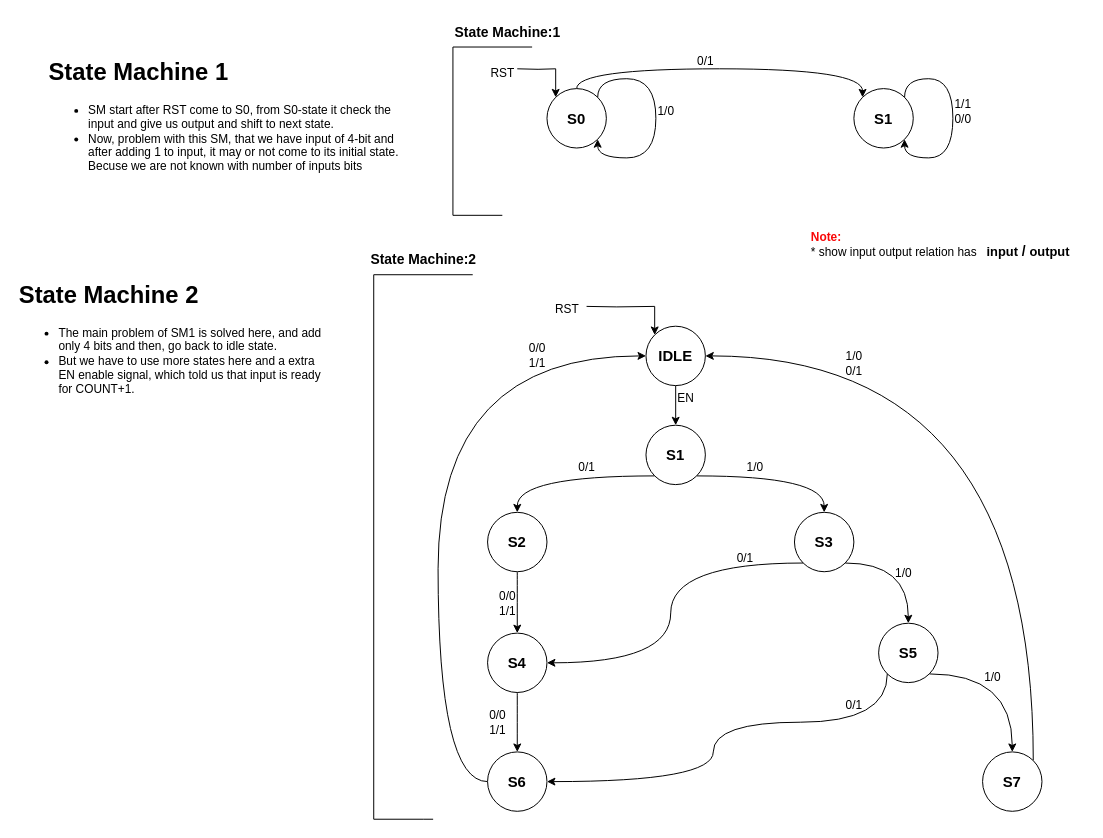
This is page "COUNT=+1" (4 of 4) of Moazzam/doc/sign_comb_multiplier.drawio from medsuet/Xcelerium-IC-Design-Training, a draw.io file, before an edit. Source tidied: cells renumbered, new cells numbered last; positions are measured from the earlier drawing's top-left corner, leaving out a move shared by most shapes. Both pictures are drawn from the tidied source at 99%, with x=0, y=0 at pixel (17, 17).
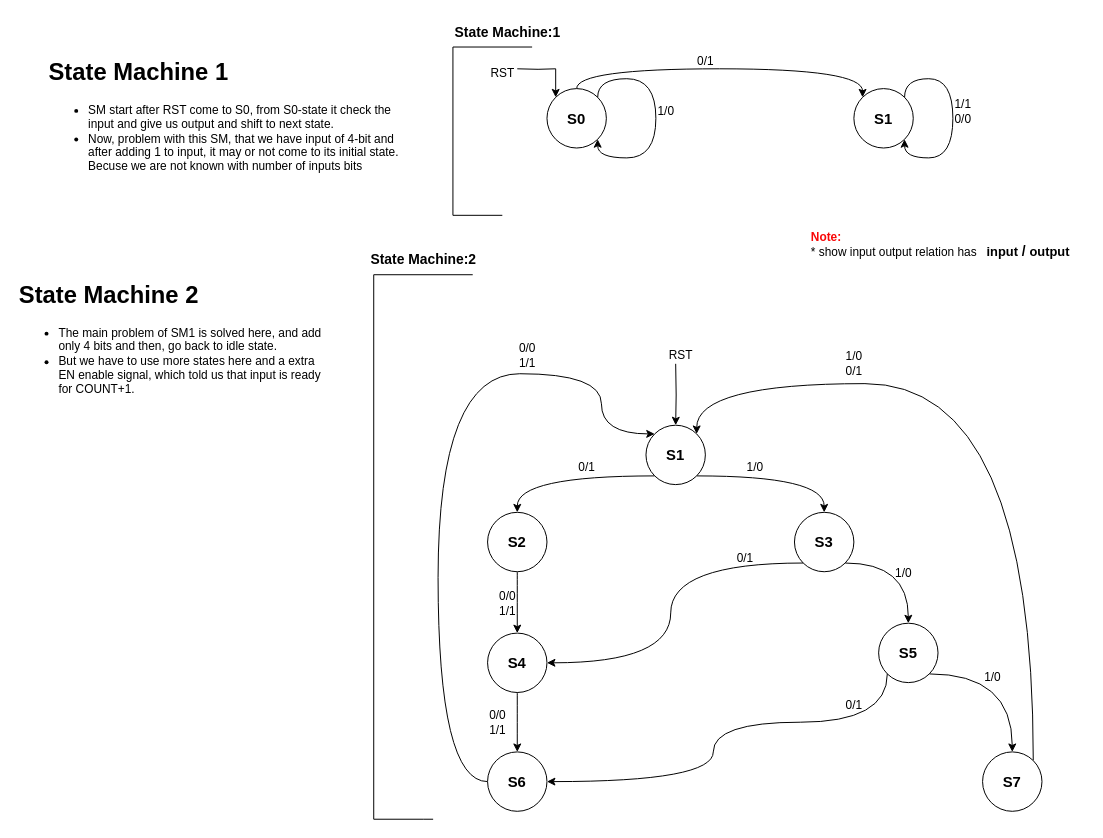
Above is the later version.

Unchanged cells that the change refers to:
```xml
<mxCell id="14" value="&lt;font style=&quot;font-size: 15px;&quot;&gt;&lt;b&gt;S1&lt;/b&gt;&lt;/font&gt;" style="ellipse;whiteSpace=wrap;html=1;" parent="1" vertex="1">
  <mxGeometry x="635" y="412" width="60" height="60" as="geometry" />
</mxCell>
<mxCell id="28" value="&lt;font style=&quot;font-size: 15px;&quot;&gt;&lt;b&gt;S6&lt;/b&gt;&lt;/font&gt;" style="ellipse;whiteSpace=wrap;html=1;" parent="1" vertex="1">
  <mxGeometry x="475" y="742" width="60" height="60" as="geometry" />
</mxCell>
<mxCell id="34" value="&lt;font style=&quot;font-size: 15px;&quot;&gt;&lt;b&gt;S7&lt;/b&gt;&lt;/font&gt;" style="ellipse;whiteSpace=wrap;html=1;" parent="1" vertex="1">
  <mxGeometry x="975" y="742" width="60" height="60" as="geometry" />
</mxCell>
```

The edit, as a diff of the source:
```diff
@@
-    <mxCell id="27" style="edgeStyle=orthogonalEdgeStyle;rounded=0;jettySize=auto;html=1;exitX=0;exitY=0.5;exitDx=0;exitDy=0;curved=1;entryX=0;entryY=0.5;entryDx=0;entryDy=0;" parent="1" edge="1" source="28" target="39">
+    <mxCell id="27" style="edgeStyle=orthogonalEdgeStyle;rounded=0;jettySize=auto;html=1;exitX=0;exitY=0.5;exitDx=0;exitDy=0;curved=1;entryX=0;entryY=0;entryDx=0;entryDy=0;" parent="1" edge="1" source="28" target="14">
       <mxGeometry relative="1" as="geometry">
         <Array as="points">
           <mxPoint x="425" y="772" />
-          <mxPoint x="425" y="342" />
+          <mxPoint x="425" y="360" />
+          <mxPoint x="590" y="360" />
+          <mxPoint x="590" y="421" />
         </Array>
       </mxGeometry>
     </mxCell>
@@
     <mxCell id="30" value="0/0&lt;div&gt;1/1&lt;/div&gt;" style="text;html=1;align=center;verticalAlign=middle;strokeColor=none;fillColor=none;" parent="1" vertex="1">
-      <mxGeometry x="505" y="322" width="40" height="40" as="geometry" />
+      <mxGeometry x="495" y="322" width="40" height="40" as="geometry" />
     </mxCell>
@@
-    <mxCell id="33" style="edgeStyle=orthogonalEdgeStyle;rounded=0;jettySize=auto;html=1;exitX=1;exitY=0;exitDx=0;exitDy=0;curved=1;entryX=1;entryY=0.5;entryDx=0;entryDy=0;" parent="1" edge="1" source="34" target="39">
+    <mxCell id="33" style="edgeStyle=orthogonalEdgeStyle;rounded=0;jettySize=auto;html=1;exitX=1;exitY=0;exitDx=0;exitDy=0;curved=1;entryX=1;entryY=0;entryDx=0;entryDy=0;" parent="1" edge="1" source="34" target="14">
       <mxGeometry relative="1" as="geometry">
         <Array as="points">
-          <mxPoint x="1026" y="342" />
+          <mxPoint x="1026" y="370" />
+          <mxPoint x="686" y="370" />
         </Array>
       </mxGeometry>
     </mxCell>
@@
-    <mxCell id="37" style="edgeStyle=orthogonalEdgeStyle;rounded=0;jettySize=auto;html=1;exitX=0.5;exitY=1;exitDx=0;exitDy=0;entryX=0.5;entryY=0;entryDx=0;entryDy=0;" parent="1" edge="1" source="39" target="14">
-      <mxGeometry relative="1" as="geometry" />
-    </mxCell>
-    <mxCell id="38" style="edgeStyle=orthogonalEdgeStyle;rounded=0;jettySize=auto;html=1;exitX=0;exitY=0;exitDx=0;exitDy=0;entryX=0;entryY=0;entryDx=0;entryDy=0;" parent="1" edge="1" target="39">
+    <mxCell id="38" style="edgeStyle=orthogonalEdgeStyle;rounded=0;jettySize=auto;html=1;entryX=0.5;entryY=0;entryDx=0;entryDy=0;" parent="1" edge="1" target="14">
       <mxGeometry relative="1" as="geometry">
-        <mxPoint x="575" y="292" as="sourcePoint" />
+        <mxPoint x="665" y="350" as="sourcePoint" />
       </mxGeometry>
     </mxCell>
-    <mxCell id="39" value="&lt;font style=&quot;font-size: 15px;&quot;&gt;&lt;b&gt;IDLE&lt;/b&gt;&lt;/font&gt;" style="ellipse;whiteSpace=wrap;html=1;" parent="1" vertex="1">
-      <mxGeometry x="635" y="312" width="60" height="60" as="geometry" />
-    </mxCell>
-    <mxCell id="40" value="EN" style="text;html=1;align=center;verticalAlign=middle;strokeColor=none;fillColor=none;" parent="1" vertex="1">
-      <mxGeometry x="655" y="370" width="40" height="30" as="geometry" />
-    </mxCell>
@@
     <mxCell id="43" value="RST" style="text;html=1;align=center;verticalAlign=middle;strokeColor=none;fillColor=none;" parent="1" vertex="1">
-      <mxGeometry x="530" y="280" width="50" height="30" as="geometry" />
+      <mxGeometry x="645" y="327" width="50" height="30" as="geometry" />
     </mxCell>
```
